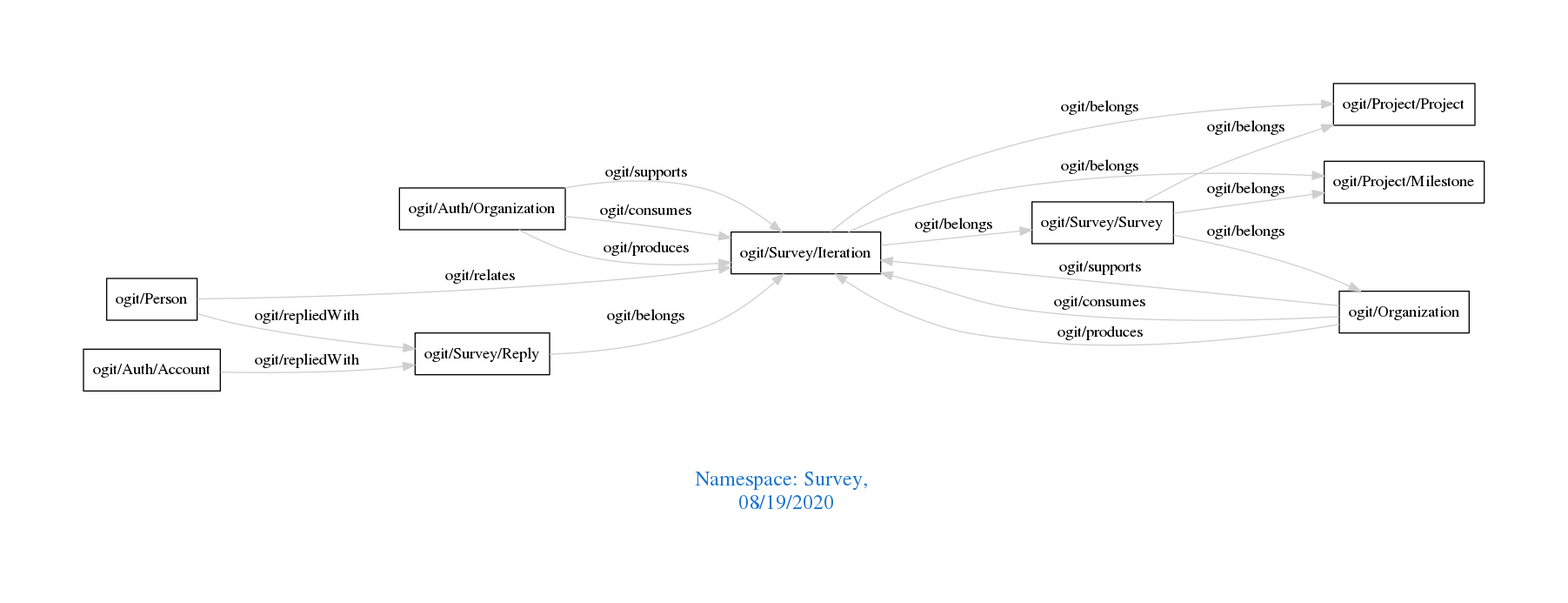
This is downloads/Survey.png from arago/OGIT, a Graphviz export, as it was before one commit. Its source is kept beside it as downloads/Survey.dot.
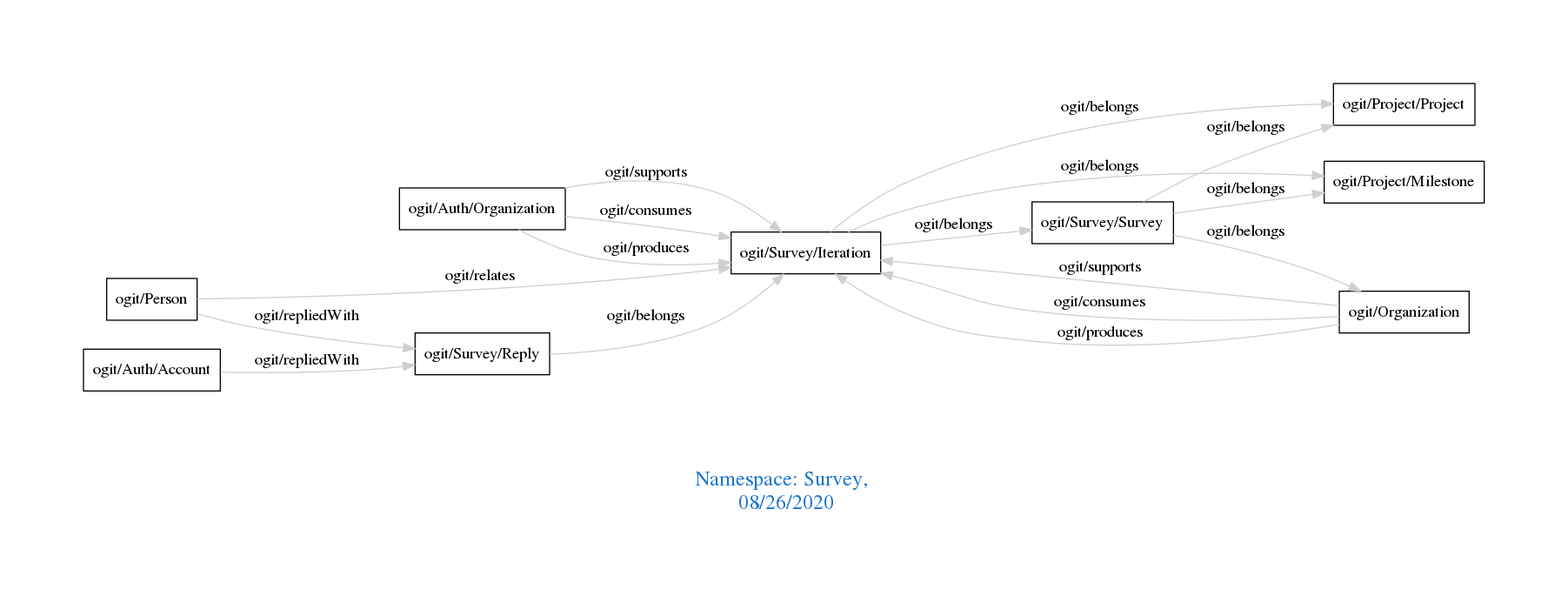
The same file after the commit.

Diff of the diagram source:
```diff
@@ -1,7 +1,7 @@
 digraph OGIT_ontology {
  graph [ rankdir= LR,pad=1
 fontsize = 18,
-fontcolor= dodgerblue3,label = "\n\n\nNamespace: Survey, \n 08/19/2020"];
+fontcolor= dodgerblue3,label = "\n\n\nNamespace: Survey, \n 08/26/2020"];
 node[shape=polygon];
 edge [  color="gray81"];
 
```
